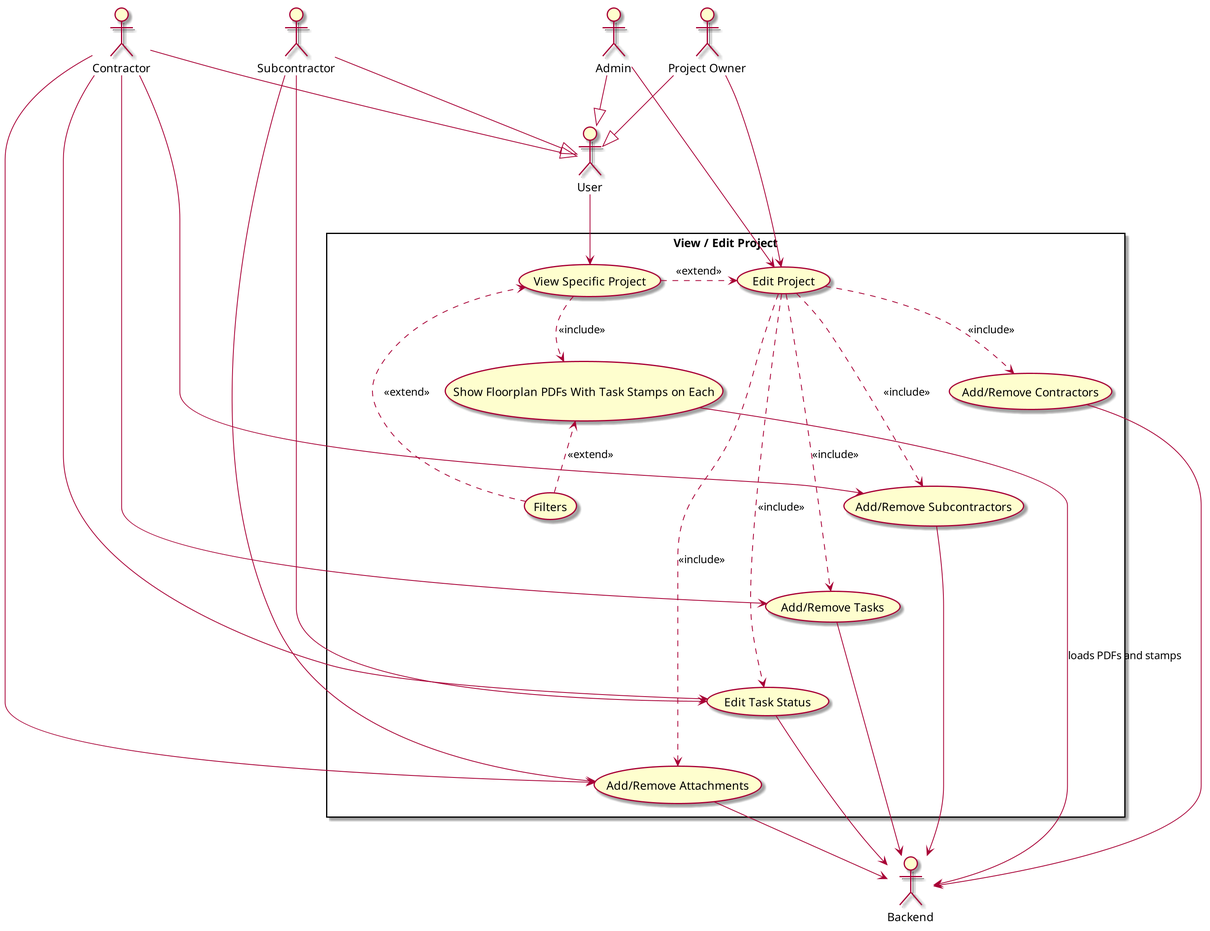
Earlier version of the PlantUML export Use Cases/Diagrams/use-case-edit-view-proj.png (owenwriston/CMSC-447). Its source is kept beside it as Use Cases/PUML/use-case-edit-view-proj.puml.
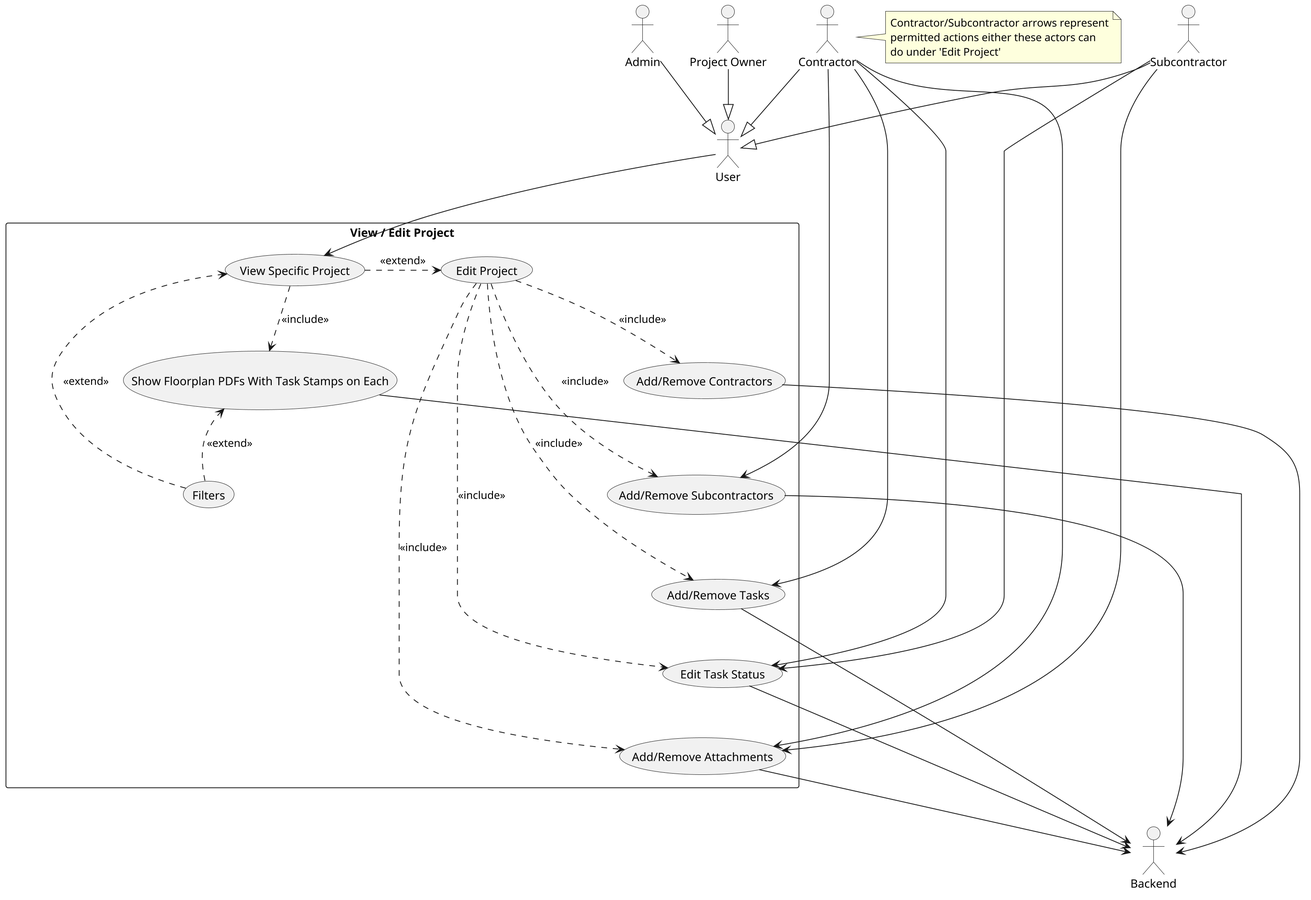
Above is the later version.

Change to the diagram source:
```diff
@@ -40,15 +40,14 @@
 
 User --> UC5
 UC5 .> UC5a : <<include>>
-UC5a --> Back : loads PDFs and stamps
+UC5a --> Back
 
 UC5b .> UC5 : <<extend>>
 UC5b .> UC5a : <<extend>>
 
 UC5 .> UC4 : <<extend>>
 
-Owner --> UC4
-Admin --> UC4
+
 
 UC4 .> UC4a : <<include>>
 
@@ -56,6 +55,12 @@
 Con --> UC4b
 UC4 .> UC4c : <<include>>
 Con --> UC4c
+
+note right of Con
+  Contractor/Subcontractor arrows represent
+  permitted actions either these actors can
+  do under 'Edit Project'
+end note
 
 UC4 .> UC4d : <<include>>
 Con --> UC4d
```
